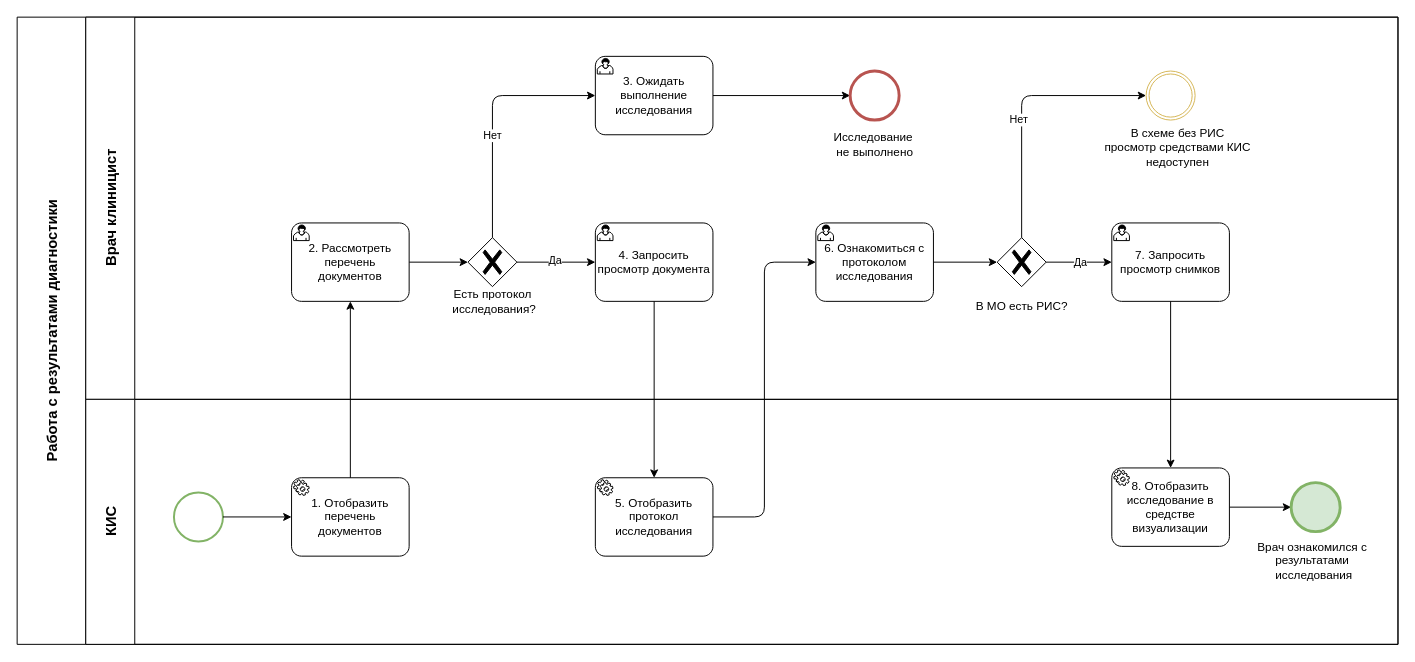
Earlier version of the draw.io diagram Рабочие примеры артефактов/Бизнес-процесс работа с результатами диагностики.drawio (Heritager-tech/Public_data). Source tidied: cells renumbered, new cells numbered last; positions are measured from the earlier drawing's top-left corner, leaving out a move shared by most shapes. Both pictures are drawn from the tidied source at 98%, with x=0, y=0 at pixel (17, 17).
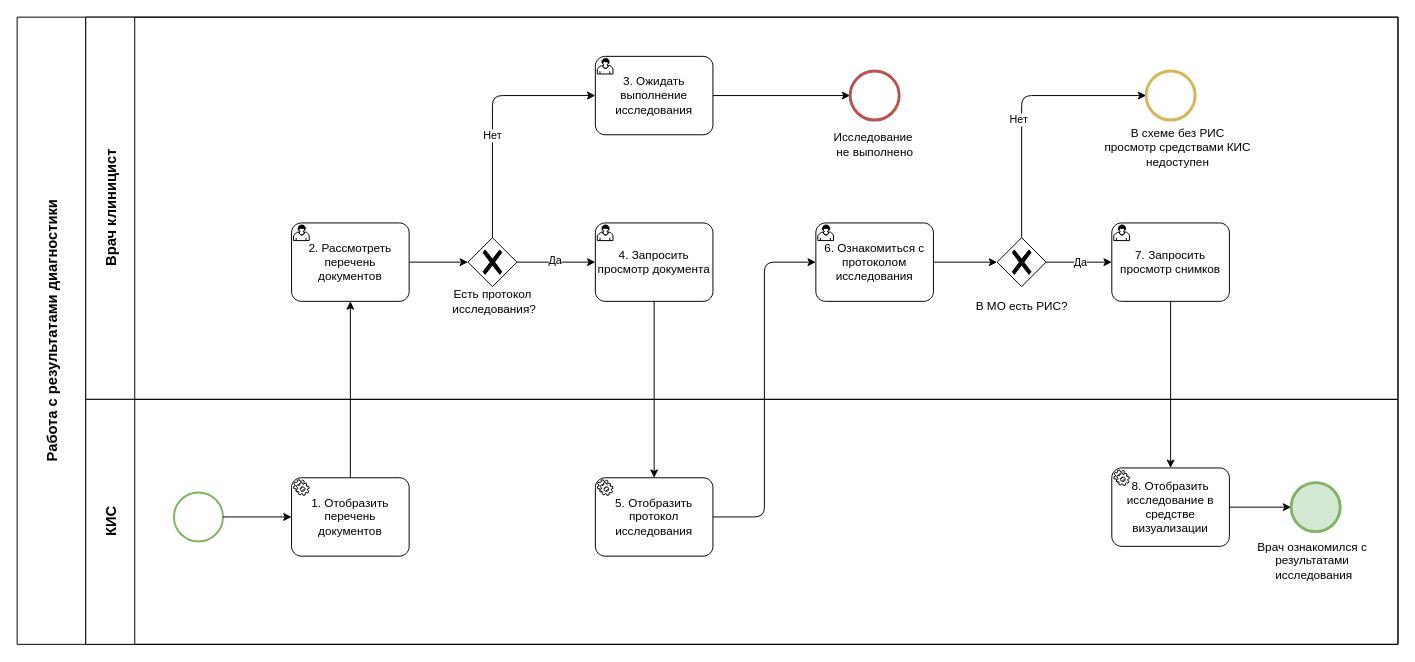
The same page after the edit.

Unchanged cells that the change refers to:
```xml
<mxCell id="3" value="&lt;font style=&quot;font-size: 15px;&quot;&gt;Врач клиницист&lt;/font&gt;" style="swimlane;html=1;startSize=50;horizontal=0;" parent="2" vertex="1">
  <mxGeometry x="70" width="1339" height="390" as="geometry" />
</mxCell>
```

What changed in the source:
```diff
@@
-    <mxCell id="22" style="points=[[0.145,0.145,0],[0.5,0,0],[0.855,0.145,0],[1,0.5,0],[0.855,0.855,0],[0.5,1,0],[0.145,0.855,0],[0,0.5,0]];shape=mxgraph.bpmn.event;html=1;verticalLabelPosition=bottom;labelBackgroundColor=#ffffff;verticalAlign=top;align=center;perimeter=ellipsePerimeter;outlineConnect=0;outline=throwing;symbol=general;fillColor=none;strokeColor=#d6b656;" parent="3" vertex="1">
+    <mxCell id="22" style="points=[[0.145,0.145,0],[0.5,0,0],[0.855,0.145,0],[1,0.5,0],[0.855,0.855,0],[0.5,1,0],[0.145,0.855,0],[0,0.5,0]];shape=mxgraph.bpmn.event;html=1;verticalLabelPosition=bottom;labelBackgroundColor=#ffffff;verticalAlign=top;align=center;perimeter=ellipsePerimeter;outlineConnect=0;outline=end;symbol=general;fillColor=none;strokeColor=#d6b656;" parent="3" vertex="1">
       <mxGeometry x="1082" y="55" width="50" height="50" as="geometry" />
     </mxCell>
```
